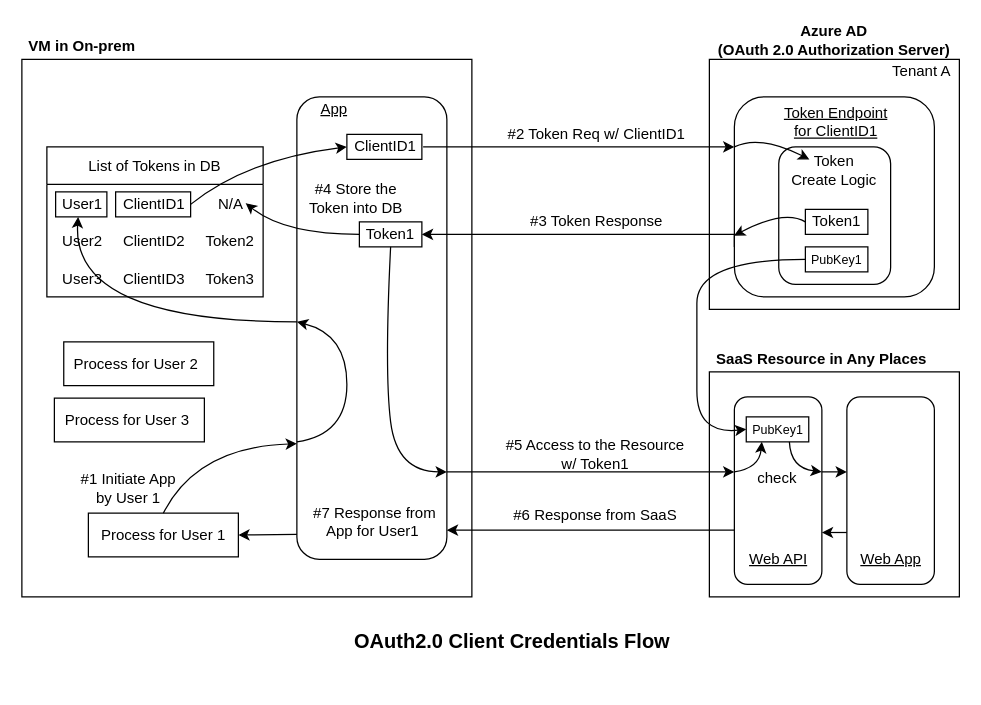
developer-onizuka/Diagrams keeps this draw.io diagram as OAuth2.0_Authorization/metadata_service_Azure_ManagedID.drawio. Above is the earlier version. Source tidied: cells renumbered, new cells numbered last; positions are measured from the earlier drawing's top-left corner, leaving out a move shared by most shapes. Both pictures are drawn from the tidied source at 125%, with x=0, y=0 at pixel (21, 21).
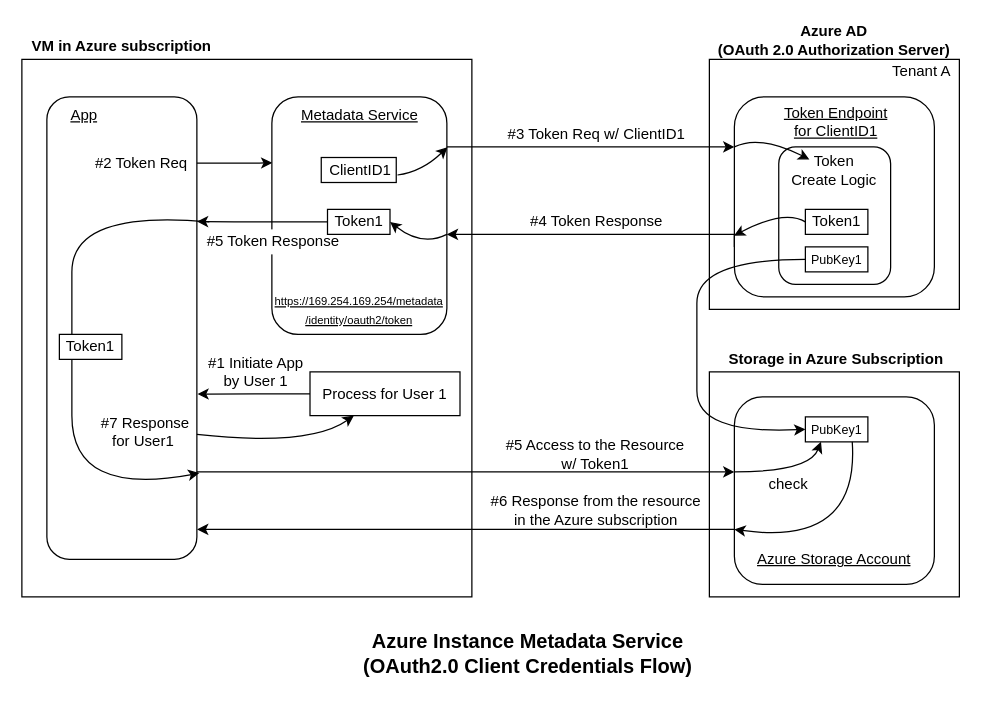
The same diagram, later.

The change refers to these unchanged cells:
```xml
<mxCell id="14" style="rounded=1;whiteSpace=wrap;html=1;" parent="1" vertex="1">
  <mxGeometry x="570" y="60" width="160" height="160" as="geometry" />
</mxCell>
```

Change to the diagram source:
```diff
@@
+    <mxCell id="69" style="edgeStyle=orthogonalEdgeStyle;rounded=0;orthogonalLoop=1;jettySize=auto;html=1;exitX=0.996;exitY=0.216;exitDx=0;exitDy=0;exitPerimeter=0;entryX=0.002;entryY=0.42;entryDx=0;entryDy=0;entryPerimeter=0;" parent="1" edge="1">
+      <mxGeometry relative="1" as="geometry">
+        <mxPoint x="139.5" y="112.9" as="sourcePoint" />
+        <mxPoint x="200.3" y="112.8" as="targetPoint" />
+        <Array as="points">
+          <mxPoint x="190" y="113" />
+          <mxPoint x="190" y="113" />
+        </Array>
+      </mxGeometry>
+    </mxCell>
     <mxCell id="3" style="rounded=1;whiteSpace=wrap;html=1;" parent="1" vertex="1">
-      <mxGeometry x="220" y="60" width="120" height="370" as="geometry" />
+      <mxGeometry x="20" y="60" width="120" height="370" as="geometry" />
     </mxCell>
     <mxCell id="4" value="App" style="text;html=1;strokeColor=none;fillColor=none;align=center;verticalAlign=middle;whiteSpace=wrap;rounded=0;fontStyle=4;" parent="1" vertex="1">
-      <mxGeometry x="230" y="60" width="40" height="20" as="geometry" />
+      <mxGeometry x="30" y="65" width="40" height="20" as="geometry" />
     </mxCell>
-    <mxCell id="5" value="List of Tokens in DB" style="swimlane;fontStyle=0;horizontal=1;startSize=30;" parent="1" vertex="1">
-      <mxGeometry x="20" y="100" width="173" height="120" as="geometry" />
-    </mxCell>
-    <mxCell id="6" value="  User1     ClientID1        N/A" style="text;strokeColor=none;fillColor=none;align=left;verticalAlign=middle;spacingLeft=4;spacingRight=4;overflow=hidden;points=[[0,0.5],[1,0.5]];portConstraint=eastwest;" parent="5" vertex="1">
-      <mxGeometry y="30" width="173" height="30" as="geometry" />
-    </mxCell>
-    <mxCell id="7" value="  User2     ClientID2     Token2" style="text;strokeColor=none;fillColor=none;align=left;verticalAlign=middle;spacingLeft=4;spacingRight=4;overflow=hidden;" parent="5" vertex="1">
-      <mxGeometry y="60" width="173" height="30" as="geometry" />
-    </mxCell>
-    <mxCell id="8" value="  User3     ClientID3     Token3" style="text;strokeColor=none;fillColor=none;align=left;verticalAlign=middle;spacingLeft=4;spacingRight=4;overflow=hidden;" parent="5" vertex="1">
-      <mxGeometry y="90" width="173" height="30" as="geometry" />
-    </mxCell>
-    <mxCell id="9" style="edgeStyle=orthogonalEdgeStyle;rounded=0;orthogonalLoop=1;jettySize=auto;html=1;exitX=1;exitY=0.5;exitDx=0;exitDy=0;" parent="5" edge="1" source="6" target="6">
-      <mxGeometry relative="1" as="geometry" />
-    </mxCell>
-    <mxCell id="10" value="VM in On-prem&amp;nbsp;" style="text;html=1;strokeColor=none;fillColor=none;align=center;verticalAlign=middle;whiteSpace=wrap;rounded=0;fontStyle=1;" parent="1" vertex="1">
-      <mxGeometry y="10" width="100" height="20" as="geometry" />
+    <mxCell id="10" value="VM in Azure subscription" style="text;html=1;strokeColor=none;fillColor=none;align=center;verticalAlign=middle;whiteSpace=wrap;rounded=0;fontStyle=1;" parent="1" vertex="1">
+      <mxGeometry y="10" width="160" height="20" as="geometry" />
     </mxCell>
@@
-    <mxCell id="13" style="edgeStyle=orthogonalEdgeStyle;rounded=0;jettySize=auto;html=1;exitX=0;exitY=0.75;exitDx=0;exitDy=0;entryX=1;entryY=0.5;entryDx=0;entryDy=0;" parent="1" edge="1" source="14" target="24">
+    <mxCell id="13" style="edgeStyle=orthogonalEdgeStyle;rounded=0;jettySize=auto;html=1;exitX=0;exitY=0.75;exitDx=0;exitDy=0;" parent="1" edge="1" source="14">
       <mxGeometry relative="1" as="geometry">
+        <mxPoint x="340" y="170" as="targetPoint" />
         <Array as="points">
           <mxPoint x="570" y="170" />
         </Array>
       </mxGeometry>
     </mxCell>
@@
-    <mxCell id="16" value="#3 Token Response" style="text;html=1;strokeColor=none;fillColor=none;align=center;verticalAlign=middle;whiteSpace=wrap;rounded=0;" parent="1" vertex="1">
+    <mxCell id="16" value="#4 Token Response" style="text;html=1;strokeColor=none;fillColor=none;align=center;verticalAlign=middle;whiteSpace=wrap;rounded=0;" parent="1" vertex="1">
       <mxGeometry x="380" y="150" width="160" height="20" as="geometry" />
     </mxCell>
-    <mxCell id="17" value="#2 Token Req w/ ClientID1" style="text;html=1;strokeColor=none;fillColor=none;align=center;verticalAlign=middle;whiteSpace=wrap;rounded=0;" parent="1" vertex="1">
+    <mxCell id="17" value="#3 Token Req w/ ClientID1" style="text;html=1;strokeColor=none;fillColor=none;align=center;verticalAlign=middle;whiteSpace=wrap;rounded=0;" parent="1" vertex="1">
       <mxGeometry x="380" y="80" width="160" height="20" as="geometry" />
     </mxCell>
-    <mxCell id="18" style="endArrow=classic;html=1;rounded=0;entryX=0;entryY=0.25;entryDx=0;entryDy=0;exitX=1;exitY=0.5;exitDx=0;exitDy=0;" parent="1" edge="1" source="28" target="14">
-      <mxGeometry relative="1" as="geometry" />
+    <mxCell id="18" style="endArrow=classic;html=1;rounded=0;entryX=0;entryY=0.25;entryDx=0;entryDy=0;" parent="1" edge="1" target="14">
+      <mxGeometry relative="1" as="geometry">
+        <mxPoint x="340" y="100" as="sourcePoint" />
+      </mxGeometry>
     </mxCell>
@@
-    <mxCell id="20" value="SaaS Resource in Any Places" style="text;html=1;strokeColor=none;fillColor=none;align=center;verticalAlign=middle;whiteSpace=wrap;rounded=0;fontStyle=1;" parent="1" vertex="1">
-      <mxGeometry x="550" y="260" width="180" height="20" as="geometry" />
+    <mxCell id="20" value="&amp;nbsp;Storage in Azure Subscription" style="text;html=1;strokeColor=none;fillColor=none;align=center;verticalAlign=middle;whiteSpace=wrap;rounded=0;fontStyle=1;" parent="1" vertex="1">
+      <mxGeometry x="555" y="260" width="190" height="20" as="geometry" />
     </mxCell>
-    <mxCell id="21" value="#4 Store the Token into DB" style="text;html=1;strokeColor=none;fillColor=none;align=center;verticalAlign=middle;whiteSpace=wrap;rounded=0;" parent="1" vertex="1">
-      <mxGeometry x="220" y="122.5" width="95" height="37.5" as="geometry" />
-    </mxCell>
@@
-    <mxCell id="23" style="rounded=0;whiteSpace=wrap;html=1;" parent="1" vertex="1">
-      <mxGeometry x="270" y="160" width="50" height="20" as="geometry" />
-    </mxCell>
-    <mxCell id="24" value="Token1" style="text;html=1;strokeColor=none;fillColor=none;align=center;verticalAlign=middle;whiteSpace=wrap;rounded=0;" parent="1" vertex="1">
-      <mxGeometry x="270" y="160" width="50" height="20" as="geometry" />
-    </mxCell>
@@
-    <mxCell id="26" style="rounded=0;whiteSpace=wrap;html=1;fillColor=none;strokeColor=#000000;" parent="1" vertex="1">
-      <mxGeometry x="75" y="136" width="60" height="20" as="geometry" />
-    </mxCell>
-    <mxCell id="27" style="rounded=0;whiteSpace=wrap;html=1;" parent="1" vertex="1">
-      <mxGeometry x="260" y="90" width="60" height="20" as="geometry" />
-    </mxCell>
-    <mxCell id="28" value="ClientID1" style="text;html=1;strokeColor=none;fillColor=none;align=center;verticalAlign=middle;whiteSpace=wrap;rounded=0;" parent="1" vertex="1">
-      <mxGeometry x="261" y="90" width="60" height="20" as="geometry" />
-    </mxCell>
-    <mxCell id="29" value="#6 Response from SaaS" style="text;html=1;strokeColor=none;fillColor=none;align=center;verticalAlign=middle;whiteSpace=wrap;rounded=0;" parent="1" vertex="1">
-      <mxGeometry x="379" y="380" width="160" height="30" as="geometry" />
+    <mxCell id="29" value="#6 Response from the resource in the Azure subscription" style="text;html=1;strokeColor=none;fillColor=none;align=center;verticalAlign=middle;whiteSpace=wrap;rounded=0;" parent="1" vertex="1">
+      <mxGeometry x="369.5" y="376" width="179" height="30" as="geometry" />
     </mxCell>
-    <mxCell id="30" style="curved=1;endArrow=classic;html=1;rounded=0;exitX=1;exitY=0.5;exitDx=0;exitDy=0;entryX=0;entryY=0.5;entryDx=0;entryDy=0;" parent="1" edge="1" source="26" target="27">
-      <mxGeometry relative="1" as="geometry">
-        <Array as="points">
-          <mxPoint x="180" y="110" />
-        </Array>
-      </mxGeometry>
-    </mxCell>
-    <mxCell id="31" style="curved=1;endArrow=classic;html=1;rounded=0;exitX=0;exitY=0.5;exitDx=0;exitDy=0;" parent="1" edge="1" source="24">
-      <mxGeometry relative="1" as="geometry">
-        <mxPoint x="179" y="145" as="targetPoint" />
-        <Array as="points">
-          <mxPoint x="210" y="170" />
-        </Array>
-      </mxGeometry>
-    </mxCell>
-    <mxCell id="32" style="curved=1;endArrow=classic;html=1;rounded=0;exitX=0.5;exitY=1;exitDx=0;exitDy=0;" parent="1" edge="1" source="24">
+    <mxCell id="32" style="curved=1;endArrow=classic;html=1;rounded=0;" parent="1" edge="1">
       <mxGeometry relative="1" as="geometry">
-        <mxPoint x="340" y="360" as="targetPoint" />
+        <mxPoint x="150" y="160" as="sourcePoint" />
+        <mxPoint x="142" y="361" as="targetPoint" />
         <Array as="points">
-          <mxPoint x="290" y="280" />
-          <mxPoint x="300" y="360" />
+          <mxPoint x="40" y="150" />
+          <mxPoint x="40" y="250" />
+          <mxPoint x="40" y="380" />
         </Array>
       </mxGeometry>
     </mxCell>
     <mxCell id="33" style="rounded=1;whiteSpace=wrap;html=1;" parent="1" vertex="1">
-      <mxGeometry x="570" y="300" width="70" height="150" as="geometry" />
+      <mxGeometry x="570" y="300" width="160" height="150" as="geometry" />
     </mxCell>
-    <mxCell id="34" value="Web API" style="text;html=1;strokeColor=none;fillColor=none;align=center;verticalAlign=middle;whiteSpace=wrap;rounded=0;fontStyle=4;" parent="1" vertex="1">
-      <mxGeometry x="570" y="420" width="71" height="20" as="geometry" />
+    <mxCell id="34" value="Azure Storage Account" style="text;html=1;strokeColor=none;fillColor=none;align=center;verticalAlign=middle;whiteSpace=wrap;rounded=0;fontStyle=4;" parent="1" vertex="1">
+      <mxGeometry x="570" y="420" width="160" height="20" as="geometry" />
     </mxCell>
-    <mxCell id="35" style="edgeStyle=orthogonalEdgeStyle;rounded=0;orthogonalLoop=1;jettySize=auto;html=1;exitX=0;exitY=0.75;exitDx=0;exitDy=0;entryX=1;entryY=0.75;entryDx=0;entryDy=0;endArrow=classic;endFill=1;" parent="1" edge="1">
-      <mxGeometry relative="1" as="geometry">
-        <mxPoint x="660" y="408.5" as="sourcePoint" />
-        <mxPoint x="640" y="408.5" as="targetPoint" />
-      </mxGeometry>
-    </mxCell>
-    <mxCell id="36" style="rounded=1;whiteSpace=wrap;html=1;" parent="1" vertex="1">
-      <mxGeometry x="660" y="300" width="70" height="150" as="geometry" />
-    </mxCell>
-    <mxCell id="37" value="Web App" style="text;html=1;strokeColor=none;fillColor=none;align=center;verticalAlign=middle;whiteSpace=wrap;rounded=0;fontStyle=4;" parent="1" vertex="1">
-      <mxGeometry x="660" y="420" width="71" height="20" as="geometry" />
-    </mxCell>
     <mxCell id="38" style="edgeStyle=orthogonalEdgeStyle;rounded=0;orthogonalLoop=1;jettySize=auto;html=1;endArrow=classic;endFill=1;" parent="1" edge="1">
       <mxGeometry relative="1" as="geometry">
-        <mxPoint x="340" y="360" as="sourcePoint" />
+        <mxPoint x="140" y="360" as="sourcePoint" />
         <mxPoint x="570" y="360" as="targetPoint" />
       </mxGeometry>
     </mxCell>
-    <mxCell id="39" style="edgeStyle=orthogonalEdgeStyle;rounded=0;jettySize=auto;html=1;entryX=1.009;entryY=0.899;entryDx=0;entryDy=0;entryPerimeter=0;endArrow=classic;endFill=1;" parent="1" edge="1" source="33">
-      <mxGeometry relative="1" as="geometry">
-        <mxPoint x="340" y="406.6" as="targetPoint" />
-        <Array as="points">
-          <mxPoint x="444" y="406" />
-        </Array>
-      </mxGeometry>
-    </mxCell>
@@
-    <mxCell id="46" style="edgeStyle=orthogonalEdgeStyle;rounded=0;jettySize=auto;html=1;exitX=1;exitY=0.5;exitDx=0;exitDy=0;endArrow=classic;endFill=1;fillColor=default;entryX=1;entryY=0.5;entryDx=0;entryDy=0;" parent="1" edge="1" target="47">
-      <mxGeometry relative="1" as="geometry">
-        <mxPoint x="220" y="410" as="sourcePoint" />
-      </mxGeometry>
-    </mxCell>
+    <mxCell id="70" style="edgeStyle=orthogonalEdgeStyle;rounded=0;jettySize=auto;html=1;exitX=0;exitY=0.5;exitDx=0;exitDy=0;entryX=1;entryY=0.686;entryDx=0;entryDy=0;entryPerimeter=0;" parent="1" edge="1" source="47">
+      <mxGeometry relative="1" as="geometry">
+        <mxPoint x="140.5" y="297.8" as="targetPoint" />
+      </mxGeometry>
+    </mxCell>
     <mxCell id="47" style="rounded=0;whiteSpace=wrap;html=1;" parent="1" vertex="1">
-      <mxGeometry x="53.2" y="393" width="120" height="35" as="geometry" />
+      <mxGeometry x="230.5" y="280" width="120" height="35" as="geometry" />
     </mxCell>
     <mxCell id="48" value="Process for User 1" style="text;html=1;strokeColor=none;fillColor=none;align=center;verticalAlign=middle;whiteSpace=wrap;rounded=0;" parent="1" vertex="1">
-      <mxGeometry x="59.8" y="400.5" width="107" height="20" as="geometry" />
+      <mxGeometry x="237" y="287.5" width="107" height="20" as="geometry" />
     </mxCell>
-    <mxCell id="49" style="rounded=0;whiteSpace=wrap;html=1;" parent="1" vertex="1">
-      <mxGeometry x="26" y="301" width="120" height="35" as="geometry" />
-    </mxCell>
-    <mxCell id="50" value="Process for User 3" style="text;html=1;strokeColor=none;fillColor=none;align=center;verticalAlign=middle;whiteSpace=wrap;rounded=0;" parent="1" vertex="1">
-      <mxGeometry x="30.5" y="308.5" width="107" height="20" as="geometry" />
-    </mxCell>
-    <mxCell id="51" style="rounded=0;whiteSpace=wrap;html=1;" parent="1" vertex="1">
-      <mxGeometry x="33.5" y="256" width="120" height="35" as="geometry" />
-    </mxCell>
-    <mxCell id="52" value="Process for User 2" style="text;html=1;strokeColor=none;fillColor=none;align=center;verticalAlign=middle;whiteSpace=wrap;rounded=0;" parent="1" vertex="1">
-      <mxGeometry x="38" y="263.5" width="107" height="20" as="geometry" />
-    </mxCell>
-    <mxCell id="53" style="curved=1;endArrow=classic;html=1;rounded=0;exitX=0.5;exitY=0;exitDx=0;exitDy=0;entryX=0;entryY=0.75;entryDx=0;entryDy=0;" parent="1" edge="1" source="47" target="3">
-      <mxGeometry relative="1" as="geometry">
-        <Array as="points">
-          <mxPoint x="140" y="340" />
-        </Array>
-      </mxGeometry>
-    </mxCell>
     <mxCell id="54" value="#1 Initiate App &lt;br&gt;by User 1" style="text;html=1;strokeColor=none;fillColor=none;align=center;verticalAlign=middle;whiteSpace=wrap;rounded=0;" parent="1" vertex="1">
-      <mxGeometry x="32.5" y="353" width="105" height="40" as="geometry" />
+      <mxGeometry x="135" y="260" width="105" height="40" as="geometry" />
     </mxCell>
-    <mxCell id="55" value="#7 Response from App for User1&amp;nbsp;" style="text;html=1;strokeColor=none;fillColor=none;align=center;verticalAlign=middle;whiteSpace=wrap;rounded=0;" parent="1" vertex="1">
-      <mxGeometry x="230" y="380" width="105" height="40" as="geometry" />
+    <mxCell id="55" value="#7 Response for User1&amp;nbsp;" style="text;html=1;strokeColor=none;fillColor=none;align=center;verticalAlign=middle;whiteSpace=wrap;rounded=0;" parent="1" vertex="1">
+      <mxGeometry x="55" y="307.5" width="87.5" height="40" as="geometry" />
     </mxCell>
-    <mxCell id="56" style="rounded=0;whiteSpace=wrap;html=1;fillColor=none;strokeColor=#000000;" parent="1" vertex="1">
-      <mxGeometry x="27" y="136" width="41" height="20" as="geometry" />
-    </mxCell>
-    <mxCell id="57" style="curved=1;endArrow=classic;html=1;rounded=0;" parent="1" edge="1">
+    <mxCell id="57" style="curved=1;endArrow=classic;html=1;rounded=0;" parent="1" edge="1" target="47">
       <mxGeometry relative="1" as="geometry">
-        <mxPoint x="220" y="240" as="sourcePoint" />
-        <mxPoint x="45" y="156" as="targetPoint" />
+        <mxPoint x="140" y="330" as="sourcePoint" />
         <Array as="points">
-          <mxPoint x="40" y="240" />
+          <mxPoint x="230" y="340" />
         </Array>
       </mxGeometry>
     </mxCell>
-    <mxCell id="58" style="curved=1;endArrow=classic;html=1;rounded=0;" parent="1" edge="1">
-      <mxGeometry relative="1" as="geometry">
-        <mxPoint x="220" y="336" as="sourcePoint" />
-        <mxPoint x="220" y="240" as="targetPoint" />
-        <Array as="points">
-          <mxPoint x="260" y="330" />
-          <mxPoint x="260" y="250" />
-        </Array>
-      </mxGeometry>
-    </mxCell>
-    <mxCell id="59" value="&lt;font style=&quot;font-size: 16px;&quot;&gt;OAuth2.0 Client Credentials Flow&lt;/font&gt;" style="text;html=1;strokeColor=none;fillColor=none;align=center;verticalAlign=middle;whiteSpace=wrap;rounded=0;fontStyle=1;strokeWidth=1;" parent="1" vertex="1">
-      <mxGeometry x="230" y="480" width="324.5" height="30" as="geometry" />
+    <mxCell id="59" value="&lt;font style=&quot;&quot;&gt;&lt;span style=&quot;font-size: 16px;&quot;&gt;Azure Instance Metadata Service&lt;br&gt;(OAuth2.0 Client Credentials Flow)&lt;/span&gt;&lt;/font&gt;" style="text;html=1;strokeColor=none;fillColor=none;align=center;verticalAlign=middle;whiteSpace=wrap;rounded=0;fontStyle=1;strokeWidth=1;" parent="1" vertex="1">
+      <mxGeometry x="230" y="480" width="350" height="50" as="geometry" />
     </mxCell>
@@
     <mxCell id="62" style="rounded=0;whiteSpace=wrap;html=1;" parent="1" vertex="1">
-      <mxGeometry x="579.5" y="316" width="50" height="20" as="geometry" />
+      <mxGeometry x="626.8" y="316" width="50" height="20" as="geometry" />
     </mxCell>
     <mxCell id="63" value="&lt;font style=&quot;font-size: 10px;&quot;&gt;PubKey1&lt;/font&gt;" style="text;html=1;strokeColor=none;fillColor=none;align=center;verticalAlign=middle;whiteSpace=wrap;rounded=0;" parent="1" vertex="1">
-      <mxGeometry x="579.5" y="316" width="50" height="20" as="geometry" />
+      <mxGeometry x="626.8" y="316" width="50" height="20" as="geometry" />
     </mxCell>
@@
     <mxCell id="65" style="curved=1;endArrow=classic;html=1;rounded=0;entryX=0.25;entryY=1;entryDx=0;entryDy=0;" parent="1" edge="1" target="63">
       <mxGeometry relative="1" as="geometry">
         <mxPoint x="570" y="360" as="sourcePoint" />
         <Array as="points">
-          <mxPoint x="590" y="357" />
+          <mxPoint x="630" y="360" />
         </Array>
       </mxGeometry>
     </mxCell>
-    <mxCell id="66" style="curved=1;endArrow=classic;html=1;rounded=0;" parent="1" edge="1">
+    <mxCell id="66" style="curved=1;endArrow=classic;html=1;rounded=0;exitX=0.75;exitY=1;exitDx=0;exitDy=0;" parent="1" edge="1" source="63">
       <mxGeometry relative="1" as="geometry">
-        <mxPoint x="614" y="336" as="sourcePoint" />
-        <mxPoint x="640" y="360" as="targetPoint" />
+        <mxPoint x="570" y="406" as="targetPoint" />
         <Array as="points">
-          <mxPoint x="615" y="357" />
+          <mxPoint x="670" y="420" />
         </Array>
       </mxGeometry>
     </mxCell>
     <mxCell id="67" value="check" style="text;html=1;strokeColor=none;fillColor=none;align=center;verticalAlign=middle;whiteSpace=wrap;rounded=0;" parent="1" vertex="1">
-      <mxGeometry x="578.2" y="353" width="52.5" height="23" as="geometry" />
+      <mxGeometry x="586.8" y="358.5" width="52.5" height="23" as="geometry" />
     </mxCell>
-    <mxCell id="68" style="endArrow=classic;html=1;rounded=0;" parent="1" edge="1">
-      <mxGeometry relative="1" as="geometry">
-        <mxPoint x="640" y="360" as="sourcePoint" />
-        <mxPoint x="660" y="360" as="targetPoint" />
-      </mxGeometry>
-    </mxCell>
+    <mxCell id="71" style="rounded=1;whiteSpace=wrap;html=1;" parent="1" vertex="1">
+      <mxGeometry x="200" y="60" width="140" height="190" as="geometry" />
+    </mxCell>
+    <mxCell id="72" value="Metadata Service" style="text;html=1;strokeColor=none;fillColor=none;align=center;verticalAlign=middle;whiteSpace=wrap;rounded=0;fontStyle=4;" parent="1" vertex="1">
+      <mxGeometry x="217.5" y="65" width="105" height="20" as="geometry" />
+    </mxCell>
+    <mxCell id="73" value="&lt;font style=&quot;font-size: 9px;&quot;&gt;https://169.254.169.254/metadata&lt;br&gt;/identity/oauth2/token&lt;/font&gt;" style="text;html=1;strokeColor=none;fillColor=none;align=center;verticalAlign=middle;whiteSpace=wrap;rounded=0;fontStyle=4;" parent="1" vertex="1">
+      <mxGeometry x="199.5" y="210" width="140" height="40" as="geometry" />
+    </mxCell>
+    <mxCell id="74" style="endArrow=classic;html=1;rounded=0;" parent="1" edge="1">
+      <mxGeometry relative="1" as="geometry">
+        <mxPoint x="570" y="406" as="sourcePoint" />
+        <mxPoint x="140.2" y="406" as="targetPoint" />
+      </mxGeometry>
+    </mxCell>
+    <mxCell id="27" style="rounded=0;whiteSpace=wrap;html=1;" parent="1" vertex="1">
+      <mxGeometry x="239.5" y="108.5" width="60" height="20" as="geometry" />
+    </mxCell>
+    <mxCell id="28" value="ClientID1" style="text;html=1;strokeColor=none;fillColor=none;align=center;verticalAlign=middle;whiteSpace=wrap;rounded=0;" parent="1" vertex="1">
+      <mxGeometry x="240.5" y="108.5" width="60" height="20" as="geometry" />
+    </mxCell>
+    <mxCell id="75" style="edgeStyle=orthogonalEdgeStyle;rounded=0;orthogonalLoop=1;jettySize=auto;html=1;exitX=0;exitY=0.75;exitDx=0;exitDy=0;entryX=1.001;entryY=0.283;entryDx=0;entryDy=0;entryPerimeter=0;" parent="1" edge="1">
+      <mxGeometry relative="1" as="geometry">
+        <mxPoint x="244.5" y="160" as="sourcePoint" />
+        <mxPoint x="140.1" y="159.7" as="targetPoint" />
+        <Array as="points">
+          <mxPoint x="170" y="160" />
+          <mxPoint x="170" y="160" />
+        </Array>
+      </mxGeometry>
+    </mxCell>
+    <mxCell id="30" style="curved=1;endArrow=classic;html=1;rounded=0;entryX=1.003;entryY=0.212;entryDx=0;entryDy=0;entryPerimeter=0;" parent="1" edge="1" target="71">
+      <mxGeometry relative="1" as="geometry">
+        <mxPoint x="300.5" y="122.5" as="sourcePoint" />
+        <Array as="points">
+          <mxPoint x="320" y="120" />
+        </Array>
+      </mxGeometry>
+    </mxCell>
+    <mxCell id="76" value="#2 Token Req&amp;nbsp;" style="text;html=1;strokeColor=none;fillColor=none;align=center;verticalAlign=middle;whiteSpace=wrap;rounded=0;" parent="1" vertex="1">
+      <mxGeometry x="55" y="95" width="85" height="36" as="geometry" />
+    </mxCell>
+    <mxCell id="77" value="#5 Token Response&amp;nbsp;" style="text;html=1;strokeColor=none;fillColor=default;align=center;verticalAlign=middle;whiteSpace=wrap;rounded=0;" parent="1" vertex="1">
+      <mxGeometry x="142" y="166" width="122" height="20" as="geometry" />
+    </mxCell>
+    <mxCell id="23" style="rounded=0;whiteSpace=wrap;html=1;" parent="1" vertex="1">
+      <mxGeometry x="244.5" y="150" width="50" height="20" as="geometry" />
+    </mxCell>
+    <mxCell id="24" value="Token1" style="text;html=1;strokeColor=none;fillColor=none;align=center;verticalAlign=middle;whiteSpace=wrap;rounded=0;" parent="1" vertex="1">
+      <mxGeometry x="244.5" y="150" width="50" height="20" as="geometry" />
+    </mxCell>
+    <mxCell id="31" style="curved=1;endArrow=classic;html=1;rounded=0;entryX=1;entryY=0.5;entryDx=0;entryDy=0;" parent="1" edge="1" target="24">
+      <mxGeometry relative="1" as="geometry">
+        <mxPoint x="340" y="170" as="sourcePoint" />
+        <Array as="points">
+          <mxPoint x="320" y="180" />
+        </Array>
+      </mxGeometry>
+    </mxCell>
+    <mxCell id="78" style="rounded=0;whiteSpace=wrap;html=1;" parent="1" vertex="1">
+      <mxGeometry x="30" y="250" width="50" height="20" as="geometry" />
+    </mxCell>
+    <mxCell id="79" value="Token1" style="text;html=1;strokeColor=none;fillColor=none;align=center;verticalAlign=middle;whiteSpace=wrap;rounded=0;" parent="1" vertex="1">
+      <mxGeometry x="30" y="250" width="50" height="20" as="geometry" />
+    </mxCell>
```
